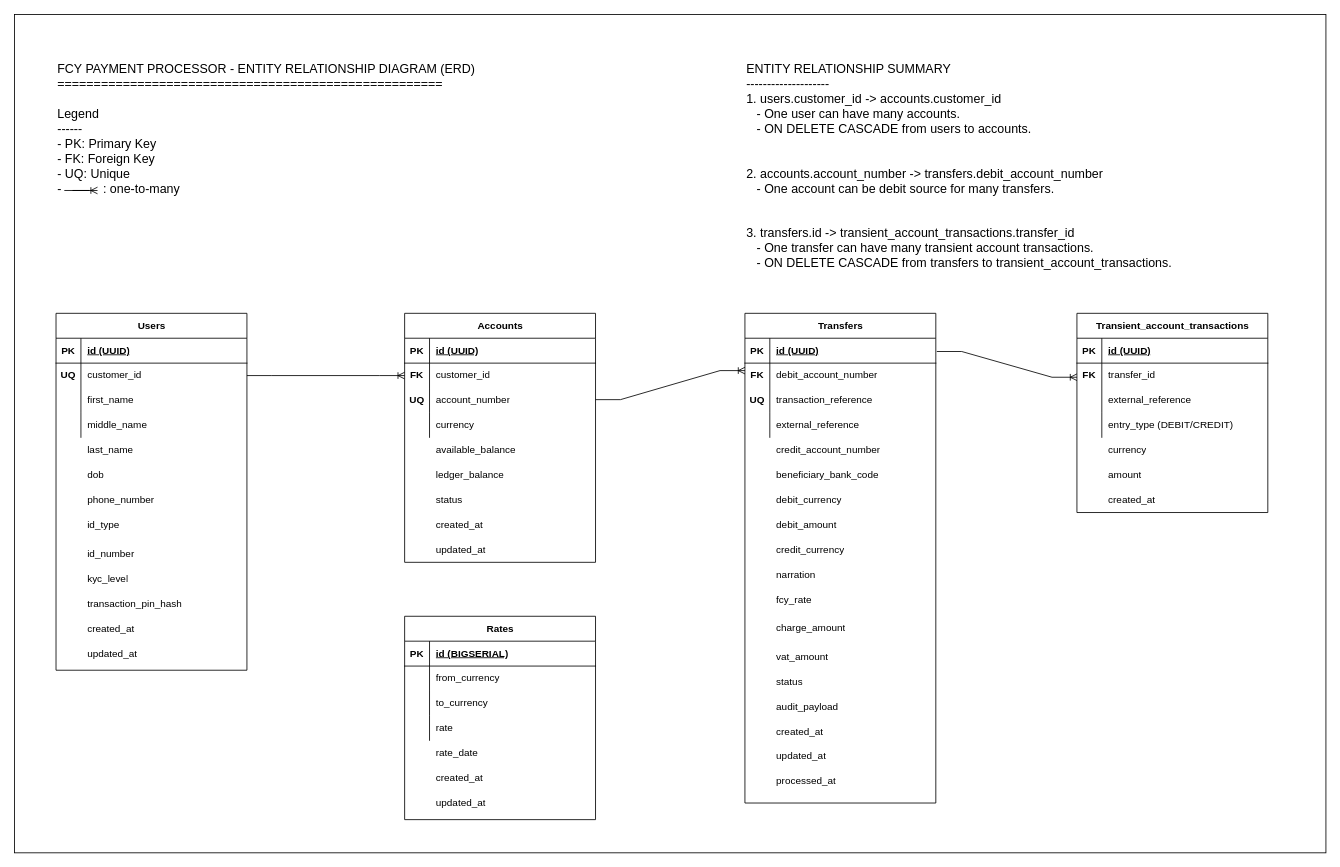
The draw.io diagram docs/FCY Payment Processor ERD.drawio in api-sage/fcy-payment-processor, before the edit. Source tidied: cells renumbered, new cells numbered last; positions are measured from the earlier drawing's top-left corner, leaving out a move shared by most shapes. Both pictures are drawn from the tidied source at 83%, with x=0, y=0 at pixel (14, 14).
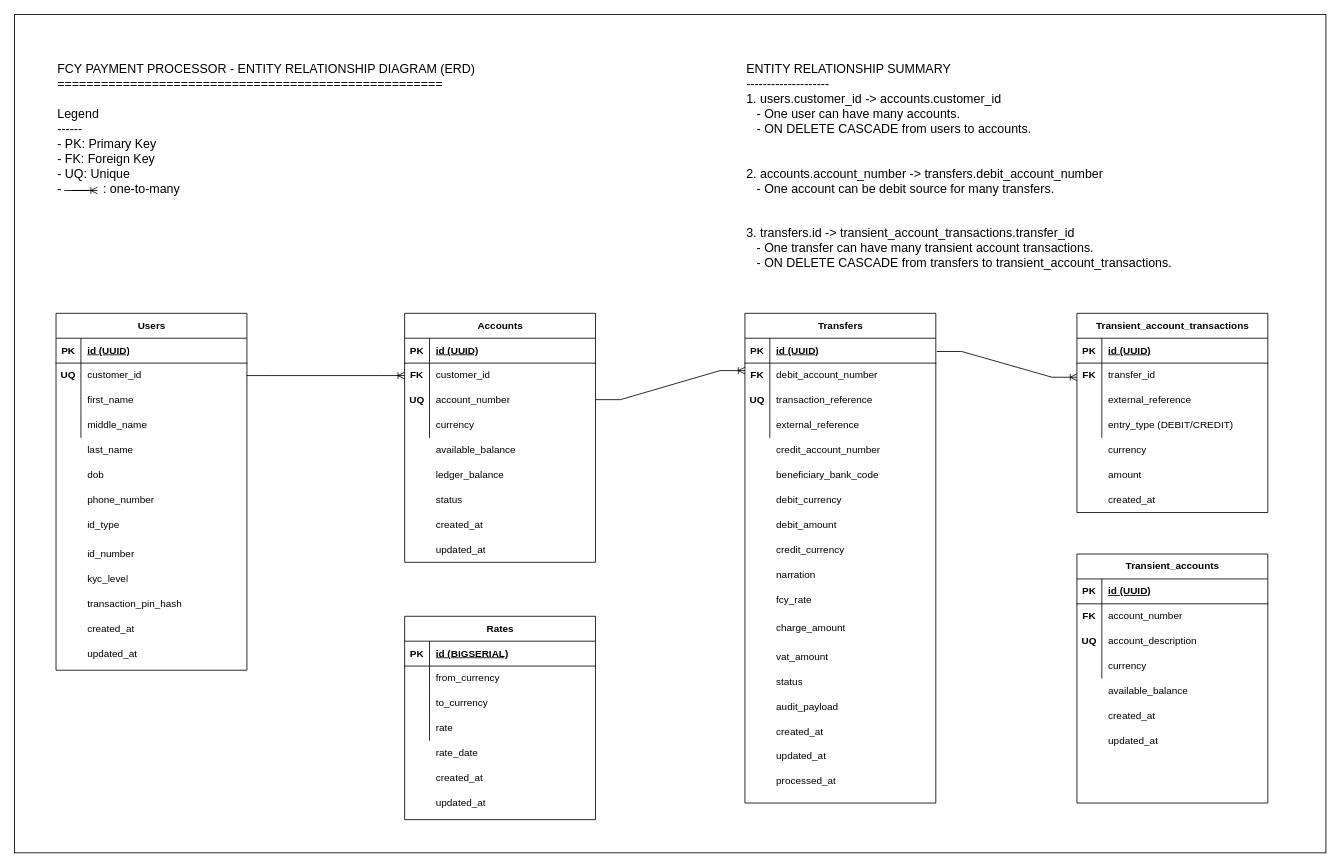
The same diagram, later.

Change to the diagram source:
```diff
@@
+    <mxCell id="115" value="Transient_accounts" style="shape=table;startSize=30;childLayout=tableLayout;rowLines=0;fontStyle=1;align=center;html=1;" parent="1" vertex="1">
+      <mxGeometry x="1280" y="650" width="230" height="300" as="geometry" />
+    </mxCell>
+    <mxCell id="116" style="shape=tableRow;horizontal=0;startSize=0;swimlaneHead=0;swimlaneBody=0;fillColor=none;top=0;left=0;right=0;bottom=1;" parent="115" vertex="1">
+      <mxGeometry y="30" width="230" height="30" as="geometry" />
+    </mxCell>
+    <mxCell id="117" value="PK" style="shape=partialRectangle;fillColor=none;top=0;left=0;bottom=0;right=0;fontStyle=1;overflow=hidden;whiteSpace=wrap;html=1;" parent="116" vertex="1">
+      <mxGeometry width="30" height="30" as="geometry" />
+    </mxCell>
+    <mxCell id="118" value="id (UUID)" style="shape=partialRectangle;fillColor=none;top=0;left=0;bottom=0;right=0;align=left;spacingLeft=6;fontStyle=5;overflow=hidden;whiteSpace=wrap;html=1;" parent="116" vertex="1">
+      <mxGeometry x="30" width="200" height="30" as="geometry" />
+    </mxCell>
+    <mxCell id="119" style="shape=tableRow;horizontal=0;startSize=0;swimlaneHead=0;swimlaneBody=0;fillColor=none;top=0;left=0;right=0;bottom=0;" parent="115" vertex="1">
+      <mxGeometry y="60" width="230" height="30" as="geometry" />
+    </mxCell>
+    <mxCell id="120" style="shape=partialRectangle;fillColor=none;top=0;left=0;bottom=0;right=0;overflow=hidden;whiteSpace=wrap;html=1;" parent="119" vertex="1">
+      <mxGeometry width="30" height="30" as="geometry" />
+    </mxCell>
+    <mxCell id="121" value="account_number" style="shape=partialRectangle;fillColor=none;top=0;left=0;bottom=0;right=0;align=left;spacingLeft=6;overflow=hidden;whiteSpace=wrap;html=1;" parent="119" vertex="1">
+      <mxGeometry x="30" width="200" height="30" as="geometry" />
+    </mxCell>
+    <mxCell id="122" style="shape=tableRow;horizontal=0;startSize=0;swimlaneHead=0;swimlaneBody=0;fillColor=none;top=0;left=0;right=0;bottom=0;" parent="115" vertex="1">
+      <mxGeometry y="90" width="230" height="30" as="geometry" />
+    </mxCell>
+    <mxCell id="123" style="shape=partialRectangle;fillColor=none;top=0;left=0;bottom=0;right=0;overflow=hidden;whiteSpace=wrap;html=1;" parent="122" vertex="1">
+      <mxGeometry width="30" height="30" as="geometry" />
+    </mxCell>
+    <mxCell id="124" value="account_description" style="shape=partialRectangle;fillColor=none;top=0;left=0;bottom=0;right=0;align=left;spacingLeft=6;overflow=hidden;whiteSpace=wrap;html=1;" parent="122" vertex="1">
+      <mxGeometry x="30" width="200" height="30" as="geometry" />
+    </mxCell>
+    <mxCell id="125" style="shape=tableRow;horizontal=0;startSize=0;swimlaneHead=0;swimlaneBody=0;fillColor=none;top=0;left=0;right=0;bottom=0;" parent="115" vertex="1">
+      <mxGeometry y="120" width="230" height="30" as="geometry" />
+    </mxCell>
+    <mxCell id="126" style="shape=partialRectangle;fillColor=none;top=0;left=0;bottom=0;right=0;overflow=hidden;whiteSpace=wrap;html=1;" parent="125" vertex="1">
+      <mxGeometry width="30" height="30" as="geometry" />
+    </mxCell>
+    <mxCell id="127" value="currency" style="shape=partialRectangle;fillColor=none;top=0;left=0;bottom=0;right=0;align=left;spacingLeft=6;overflow=hidden;whiteSpace=wrap;html=1;" parent="125" vertex="1">
+      <mxGeometry x="30" width="200" height="30" as="geometry" />
+    </mxCell>
+    <mxCell id="128" value="available_balance" style="shape=partialRectangle;fillColor=none;top=0;left=0;bottom=0;right=0;align=left;spacingLeft=6;overflow=hidden;whiteSpace=wrap;html=1;" parent="1" vertex="1">
+      <mxGeometry x="1310" y="800" width="200" height="30" as="geometry" />
+    </mxCell>
+    <mxCell id="129" value="created_at" style="shape=partialRectangle;fillColor=none;top=0;left=0;bottom=0;right=0;align=left;spacingLeft=6;overflow=hidden;whiteSpace=wrap;html=1;" parent="1" vertex="1">
+      <mxGeometry x="1310" y="830" width="200" height="30" as="geometry" />
+    </mxCell>
+    <mxCell id="130" value="UQ" style="shape=partialRectangle;fillColor=none;top=0;left=0;bottom=0;right=0;fontStyle=1;overflow=hidden;whiteSpace=wrap;html=1;" parent="1" vertex="1">
+      <mxGeometry x="1280" y="740" width="30" height="30" as="geometry" />
+    </mxCell>
+    <mxCell id="131" value="updated_at" style="shape=partialRectangle;fillColor=none;top=0;left=0;bottom=0;right=0;align=left;spacingLeft=6;overflow=hidden;whiteSpace=wrap;html=1;" parent="1" vertex="1">
+      <mxGeometry x="1310" y="860" width="200" height="30" as="geometry" />
+    </mxCell>
+    <mxCell id="132" value="FK" style="shape=partialRectangle;fillColor=none;top=0;left=0;bottom=0;right=0;fontStyle=1;overflow=hidden;whiteSpace=wrap;html=1;" parent="1" vertex="1">
+      <mxGeometry x="1280" y="710" width="30" height="30" as="geometry" />
+    </mxCell>
```
